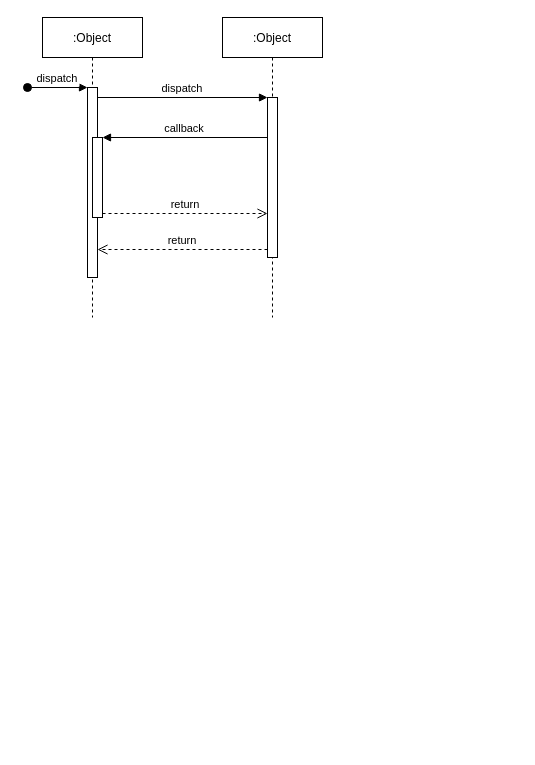
Before: doc/顺序图.drawio in iamlivehaha/free-hotel-renting-system_Fronten, a draw.io diagram. Source tidied: cells renumbered, new cells numbered last; positions are measured from the earlier drawing's top-left corner, leaving out a move shared by most shapes. Both pictures are drawn from the tidied source at 100%, with x=0, y=0 at pixel (27, 17).
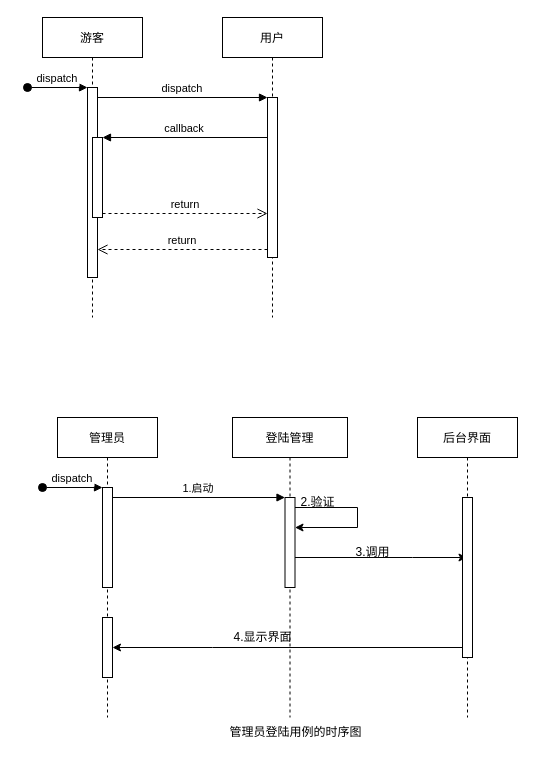
Above is the later version.

Commit message:
更新顺序图.drawio

Diff of the diagram source:
```diff
@@
-    <mxCell id="2" value=":Object" style="shape=umlLifeline;perimeter=lifelinePerimeter;rounded=0;shadow=0;strokeWidth=1;" parent="1" vertex="1">
+    <mxCell id="2" value="游客" style="shape=umlLifeline;perimeter=lifelinePerimeter;rounded=0;shadow=0;strokeWidth=1;" parent="1" vertex="1">
       <mxGeometry x="15" width="100" height="300" as="geometry" />
     </mxCell>
@@
-    <mxCell id="6" value=":Object" style="shape=umlLifeline;perimeter=lifelinePerimeter;rounded=0;shadow=0;strokeWidth=1;" parent="1" vertex="1">
+    <mxCell id="6" value="用户" style="shape=umlLifeline;perimeter=lifelinePerimeter;rounded=0;shadow=0;strokeWidth=1;" parent="1" vertex="1">
       <mxGeometry x="195" width="100" height="300" as="geometry" />
     </mxCell>
@@
+    <mxCell id="12" value="管理员" style="shape=umlLifeline;perimeter=lifelinePerimeter;rounded=0;shadow=0;strokeWidth=1;" parent="1" vertex="1">
+      <mxGeometry x="30" y="400" width="100" height="300" as="geometry" />
+    </mxCell>
+    <mxCell id="13" style="points=[];perimeter=orthogonalPerimeter;rounded=0;shadow=0;strokeWidth=1;" parent="12" vertex="1">
+      <mxGeometry x="45" y="70" width="10" height="100" as="geometry" />
+    </mxCell>
+    <mxCell id="14" value="dispatch" style="verticalAlign=bottom;startArrow=oval;endArrow=block;startSize=8;shadow=0;strokeWidth=1;rounded=0;" parent="12" edge="1" target="13">
+      <mxGeometry relative="1" as="geometry">
+        <mxPoint x="-15" y="70" as="sourcePoint" />
+      </mxGeometry>
+    </mxCell>
+    <mxCell id="15" style="points=[];perimeter=orthogonalPerimeter;rounded=0;shadow=0;strokeWidth=1;" parent="12" vertex="1">
+      <mxGeometry x="45" y="200" width="10" height="60" as="geometry" />
+    </mxCell>
+    <mxCell id="16" style="edgeStyle=orthogonalEdgeStyle;rounded=0;jettySize=auto;html=1;" parent="1" edge="1" source="17" target="22">
+      <mxGeometry relative="1" as="geometry">
+        <Array as="points">
+          <mxPoint x="385" y="540" />
+          <mxPoint x="385" y="540" />
+        </Array>
+      </mxGeometry>
+    </mxCell>
+    <mxCell id="17" value="登陆管理" style="shape=umlLifeline;perimeter=lifelinePerimeter;rounded=0;shadow=0;strokeWidth=1;" parent="1" vertex="1">
+      <mxGeometry x="205" y="400" width="115" height="300" as="geometry" />
+    </mxCell>
+    <mxCell id="18" style="points=[];perimeter=orthogonalPerimeter;rounded=0;shadow=0;strokeWidth=1;" parent="17" vertex="1">
+      <mxGeometry x="52.5" y="80" width="10" height="90" as="geometry" />
+    </mxCell>
+    <mxCell id="19" style="edgeStyle=orthogonalEdgeStyle;rounded=0;orthogonalLoop=1;jettySize=auto;html=1;" parent="17" edge="1" source="18" target="18">
+      <mxGeometry relative="1" as="geometry">
+        <Array as="points">
+          <mxPoint x="125" y="90" />
+          <mxPoint x="125" y="110" />
+        </Array>
+      </mxGeometry>
+    </mxCell>
+    <mxCell id="20" value="2.验证" style="text;html=1;align=center;verticalAlign=middle;strokeColor=none;fillColor=none;" parent="17" vertex="1">
+      <mxGeometry x="55" y="70" width="60" height="30" as="geometry" />
+    </mxCell>
+    <mxCell id="21" value="1.启动" style="verticalAlign=bottom;endArrow=block;entryX=0;entryY=0;shadow=0;strokeWidth=1;rounded=0;" parent="1" edge="1" source="13" target="18">
+      <mxGeometry relative="1" as="geometry" />
+    </mxCell>
+    <mxCell id="22" value="后台界面" style="shape=umlLifeline;perimeter=lifelinePerimeter;rounded=0;shadow=0;strokeWidth=1;" parent="1" vertex="1">
+      <mxGeometry x="390" y="400" width="100" height="300" as="geometry" />
+    </mxCell>
+    <mxCell id="23" style="points=[];perimeter=orthogonalPerimeter;rounded=0;shadow=0;strokeWidth=1;" parent="22" vertex="1">
+      <mxGeometry x="45" y="80" width="10" height="160" as="geometry" />
+    </mxCell>
+    <mxCell id="24" value="3.调用" style="text;html=1;align=center;verticalAlign=middle;strokeColor=none;fillColor=none;" parent="1" vertex="1">
+      <mxGeometry x="315" y="520" width="60" height="30" as="geometry" />
+    </mxCell>
+    <mxCell id="25" style="edgeStyle=orthogonalEdgeStyle;rounded=0;jettySize=auto;html=1;" parent="1" edge="1" source="23" target="15">
+      <mxGeometry relative="1" as="geometry">
+        <Array as="points">
+          <mxPoint x="185" y="630" />
+          <mxPoint x="185" y="630" />
+        </Array>
+      </mxGeometry>
+    </mxCell>
+    <mxCell id="26" value="4.显示界面" style="text;html=1;align=center;verticalAlign=middle;strokeColor=none;fillColor=none;" parent="1" vertex="1">
+      <mxGeometry x="195" y="605" width="80" height="30" as="geometry" />
+    </mxCell>
+    <mxCell id="27" value="管理员登陆用例的时序图" style="text;html=1;align=center;verticalAlign=middle;strokeColor=none;fillColor=none;" parent="1" vertex="1">
+      <mxGeometry x="187.5" y="700" width="160" height="30" as="geometry" />
+    </mxCell>
```
